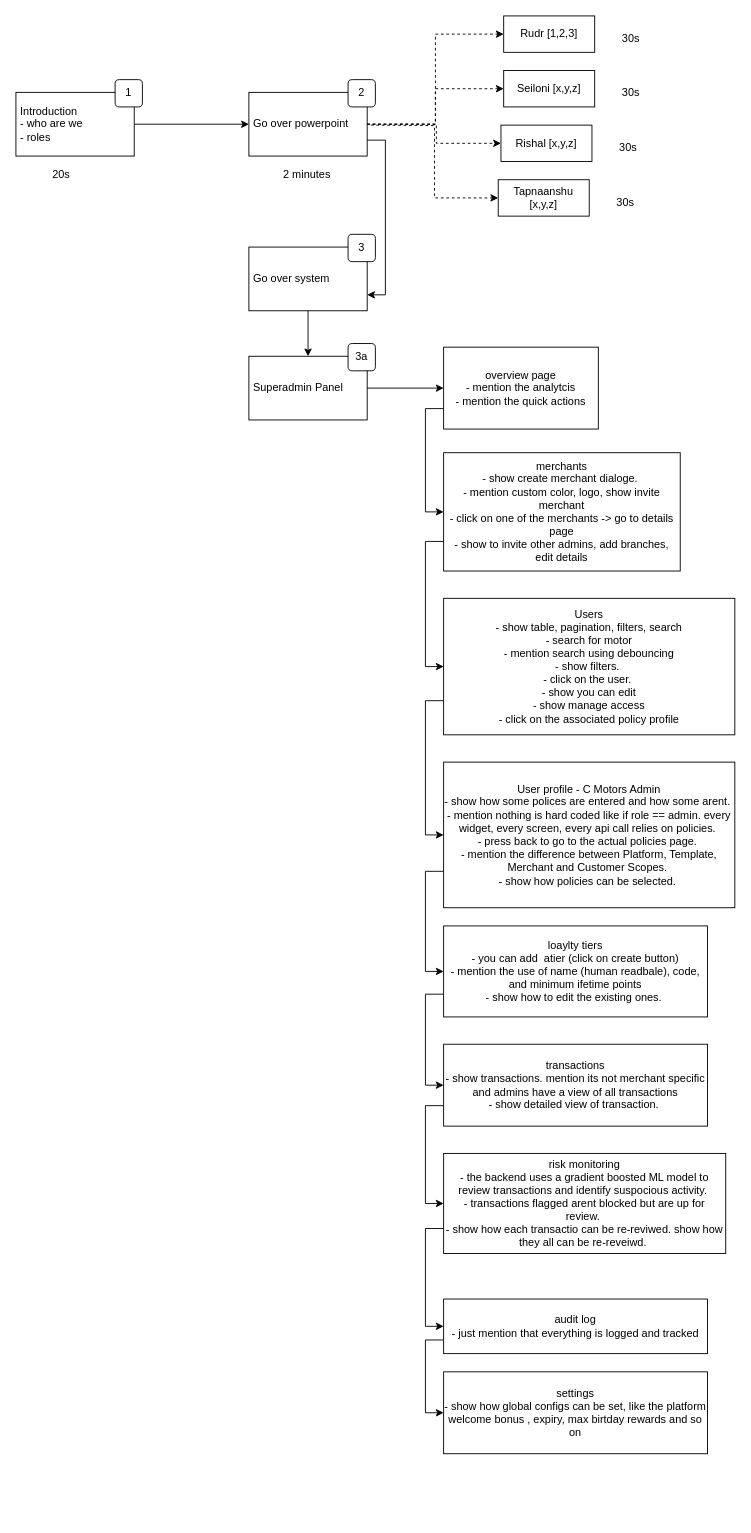
Before: page "Page-8" (8 of 8) of Final Demo Workflow.drawio in Tapnaanshu/drawio, a draw.io diagram. Source tidied: cells renumbered, new cells numbered last; positions are measured from the earlier drawing's top-left corner, leaving out a move shared by most shapes. Both pictures are drawn from the tidied source at 91%, with x=0, y=0 at pixel (15, 15).
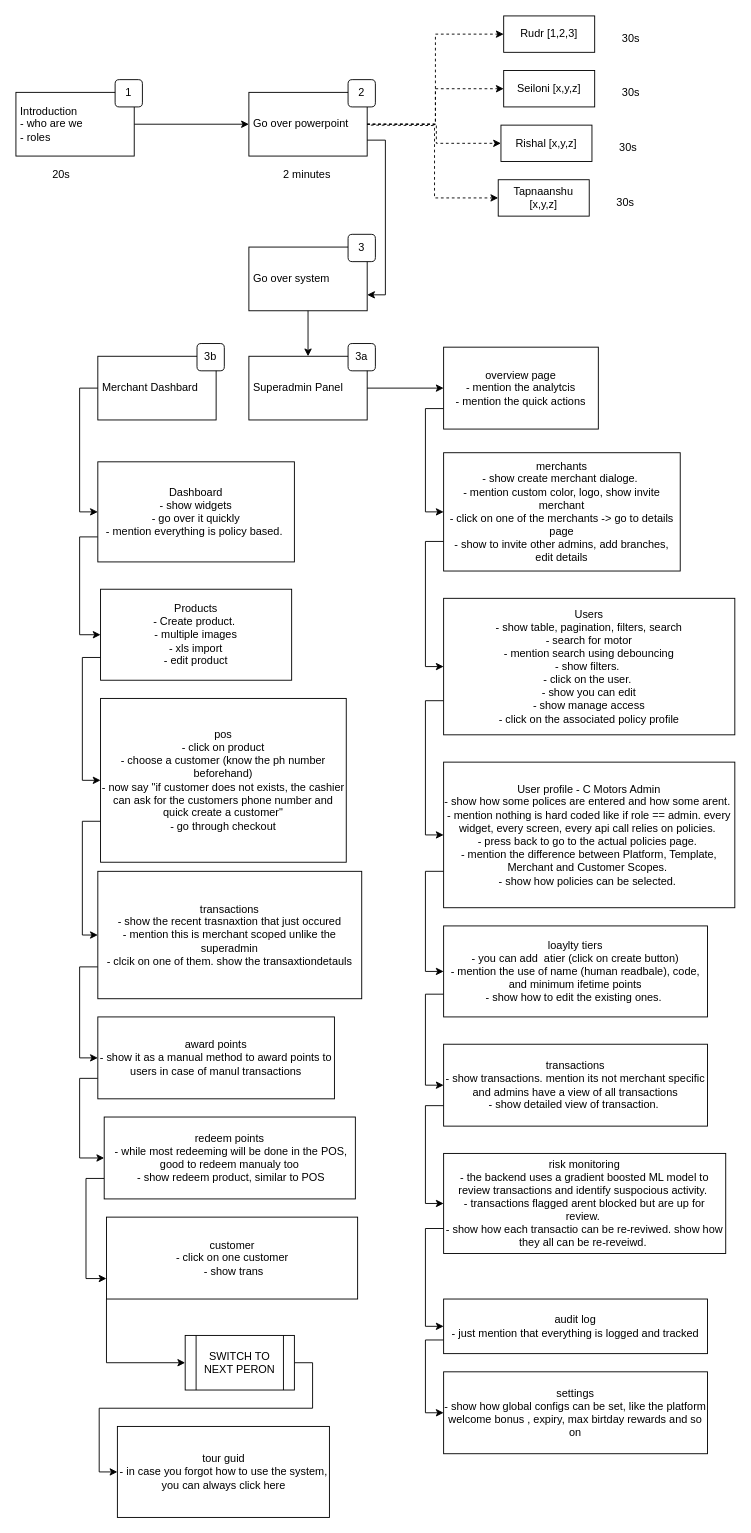
The same diagram, later.

The edit, as a diff of the source:
```diff
@@
+    <mxCell id="49" style="group;" parent="1" vertex="1">
+      <mxGeometry x="90" y="360" width="139" height="84" as="geometry" />
+    </mxCell>
+    <mxCell id="50" value="Merchant Dashbard" style="whiteSpace=wrap;html=1;align=left;perimeterSpacing=0;spacing=5;" parent="49" vertex="1">
+      <mxGeometry y="14" width="130" height="70" as="geometry" />
+    </mxCell>
+    <mxCell id="51" value="3b" style="whiteSpace=wrap;html=1;align=center;rounded=1;roundedPerimeter=1;" parent="49" vertex="1">
+      <mxGeometry x="109" width="30" height="30" as="geometry" />
+    </mxCell>
+    <mxCell id="52" style="edgeStyle=orthogonalEdgeStyle;rounded=0;jettySize=auto;html=1;exitX=0;exitY=0.75;exitDx=0;exitDy=0;entryX=0;entryY=0.5;entryDx=0;entryDy=0;defaultLabelBackgroundColor=page;" parent="1" edge="1" source="53" target="56">
+      <mxGeometry relative="1" as="geometry" />
+    </mxCell>
+    <mxCell id="53" value="&lt;div&gt;Dashboard&lt;/div&gt;&lt;div&gt;- show widgets&lt;/div&gt;&lt;div&gt;- go over it quickly&lt;/div&gt;&lt;div&gt;- mention everything is policy based.&amp;nbsp;&lt;/div&gt;" style="whiteSpace=wrap;html=1;" parent="1" vertex="1">
+      <mxGeometry x="90" y="490" width="216" height="110" as="geometry" />
+    </mxCell>
+    <mxCell id="54" style="edgeStyle=orthogonalEdgeStyle;rounded=0;jettySize=auto;html=1;exitX=0;exitY=0.5;exitDx=0;exitDy=0;entryX=0;entryY=0.5;entryDx=0;entryDy=0;defaultLabelBackgroundColor=page;" parent="1" edge="1" source="50" target="53">
+      <mxGeometry relative="1" as="geometry" />
+    </mxCell>
+    <mxCell id="55" style="edgeStyle=orthogonalEdgeStyle;rounded=0;jettySize=auto;html=1;exitX=0;exitY=0.75;exitDx=0;exitDy=0;entryX=0;entryY=0.5;entryDx=0;entryDy=0;defaultLabelBackgroundColor=page;" parent="1" edge="1" source="56" target="58">
+      <mxGeometry relative="1" as="geometry" />
+    </mxCell>
+    <mxCell id="56" value="&lt;div&gt;Products&lt;/div&gt;&lt;div&gt;- Create product.&amp;nbsp;&lt;/div&gt;&lt;div&gt;- multiple images&lt;/div&gt;&lt;div&gt;- xls import&lt;/div&gt;&lt;div&gt;- edit product&lt;/div&gt;" style="whiteSpace=wrap;html=1;" parent="1" vertex="1">
+      <mxGeometry x="93" y="630" width="210" height="100" as="geometry" />
+    </mxCell>
+    <mxCell id="57" style="edgeStyle=orthogonalEdgeStyle;rounded=0;jettySize=auto;html=1;exitX=0;exitY=0.75;exitDx=0;exitDy=0;entryX=0;entryY=0.5;entryDx=0;entryDy=0;defaultLabelBackgroundColor=page;" parent="1" edge="1" source="58" target="60">
+      <mxGeometry relative="1" as="geometry" />
+    </mxCell>
+    <mxCell id="58" value="&lt;div&gt;pos&lt;/div&gt;&lt;div&gt;- click on product&lt;/div&gt;&lt;div&gt;- choose a customer (know the ph number beforehand)&lt;/div&gt;&lt;div&gt;- now say &quot;if customer does not exists, the cashier can ask for the customers phone number and quick create a customer&quot;&lt;/div&gt;&lt;div&gt;- go through checkout&lt;/div&gt;" style="whiteSpace=wrap;html=1;" parent="1" vertex="1">
+      <mxGeometry x="93" y="750" width="270" height="180" as="geometry" />
+    </mxCell>
+    <mxCell id="59" style="edgeStyle=orthogonalEdgeStyle;rounded=0;jettySize=auto;html=1;exitX=0;exitY=0.75;exitDx=0;exitDy=0;entryX=0;entryY=0.5;entryDx=0;entryDy=0;defaultLabelBackgroundColor=page;" parent="1" edge="1" source="60" target="62">
+      <mxGeometry relative="1" as="geometry" />
+    </mxCell>
+    <mxCell id="60" value="&lt;div&gt;transactions&lt;/div&gt;&lt;div&gt;- show the recent trasnaxtion that just occured&lt;/div&gt;&lt;div&gt;- mention this is merchant scoped unlike the superadmin&lt;/div&gt;&lt;div&gt;- clcik on one of them. show the transaxtiondetauls&lt;/div&gt;" style="whiteSpace=wrap;html=1;" parent="1" vertex="1">
+      <mxGeometry x="90" y="940" width="290" height="140" as="geometry" />
+    </mxCell>
+    <mxCell id="61" style="edgeStyle=orthogonalEdgeStyle;rounded=0;jettySize=auto;html=1;exitX=0;exitY=0.75;exitDx=0;exitDy=0;entryX=0;entryY=0.5;entryDx=0;entryDy=0;defaultLabelBackgroundColor=page;" parent="1" edge="1" source="62" target="64">
+      <mxGeometry relative="1" as="geometry" />
+    </mxCell>
+    <mxCell id="62" value="&lt;div&gt;award points&lt;/div&gt;&lt;div&gt;- show it as a manual method to award points to users in case of manul transactions&lt;/div&gt;" style="whiteSpace=wrap;html=1;" parent="1" vertex="1">
+      <mxGeometry x="90" y="1100" width="260" height="90" as="geometry" />
+    </mxCell>
+    <mxCell id="63" style="edgeStyle=orthogonalEdgeStyle;rounded=0;jettySize=auto;html=1;exitX=0;exitY=0.75;exitDx=0;exitDy=0;entryX=0;entryY=0.75;entryDx=0;entryDy=0;defaultLabelBackgroundColor=page;" parent="1" edge="1" source="64" target="66">
+      <mxGeometry relative="1" as="geometry" />
+    </mxCell>
+    <mxCell id="64" value="&lt;div&gt;redeem points&lt;/div&gt;&lt;div&gt;&amp;nbsp;- while most redeeming will be done in the POS, good to redeem manualy too&lt;/div&gt;&amp;nbsp;- show redeem product, similar to POS" style="whiteSpace=wrap;html=1;" parent="1" vertex="1">
+      <mxGeometry x="97" y="1210" width="276" height="90" as="geometry" />
+    </mxCell>
+    <mxCell id="65" style="edgeStyle=orthogonalEdgeStyle;rounded=0;jettySize=auto;html=1;exitX=0;exitY=1;exitDx=0;exitDy=0;entryX=0;entryY=0.5;entryDx=0;entryDy=0;defaultLabelBackgroundColor=page;" parent="1" edge="1" source="66" target="68">
+      <mxGeometry relative="1" as="geometry" />
+    </mxCell>
+    <mxCell id="66" value="&lt;div&gt;customer&lt;/div&gt;&lt;div&gt;- click on one customer&lt;/div&gt;&lt;div&gt;&amp;nbsp;- show trans&lt;/div&gt;" style="whiteSpace=wrap;html=1;" parent="1" vertex="1">
+      <mxGeometry x="99.5" y="1320" width="276" height="90" as="geometry" />
+    </mxCell>
+    <mxCell id="67" style="edgeStyle=orthogonalEdgeStyle;rounded=0;jettySize=auto;html=1;exitX=1;exitY=0.5;exitDx=0;exitDy=0;entryX=0;entryY=0.5;entryDx=0;entryDy=0;defaultLabelBackgroundColor=page;" parent="1" edge="1" source="68" target="69">
+      <mxGeometry relative="1" as="geometry" />
+    </mxCell>
+    <mxCell id="68" value="SWITCH TO NEXT PERON" style="shape=process;whiteSpace=wrap;html=1;backgroundOutline=1;" parent="1" vertex="1">
+      <mxGeometry x="186" y="1450" width="120" height="60" as="geometry" />
+    </mxCell>
+    <mxCell id="69" value="&lt;div&gt;tour guid&lt;/div&gt;&lt;div&gt;- in case you forgot how to use the system, you can always click here&lt;/div&gt;" style="whiteSpace=wrap;html=1;" parent="1" vertex="1">
+      <mxGeometry x="111.5" y="1550" width="233" height="100" as="geometry" />
+    </mxCell>
```
